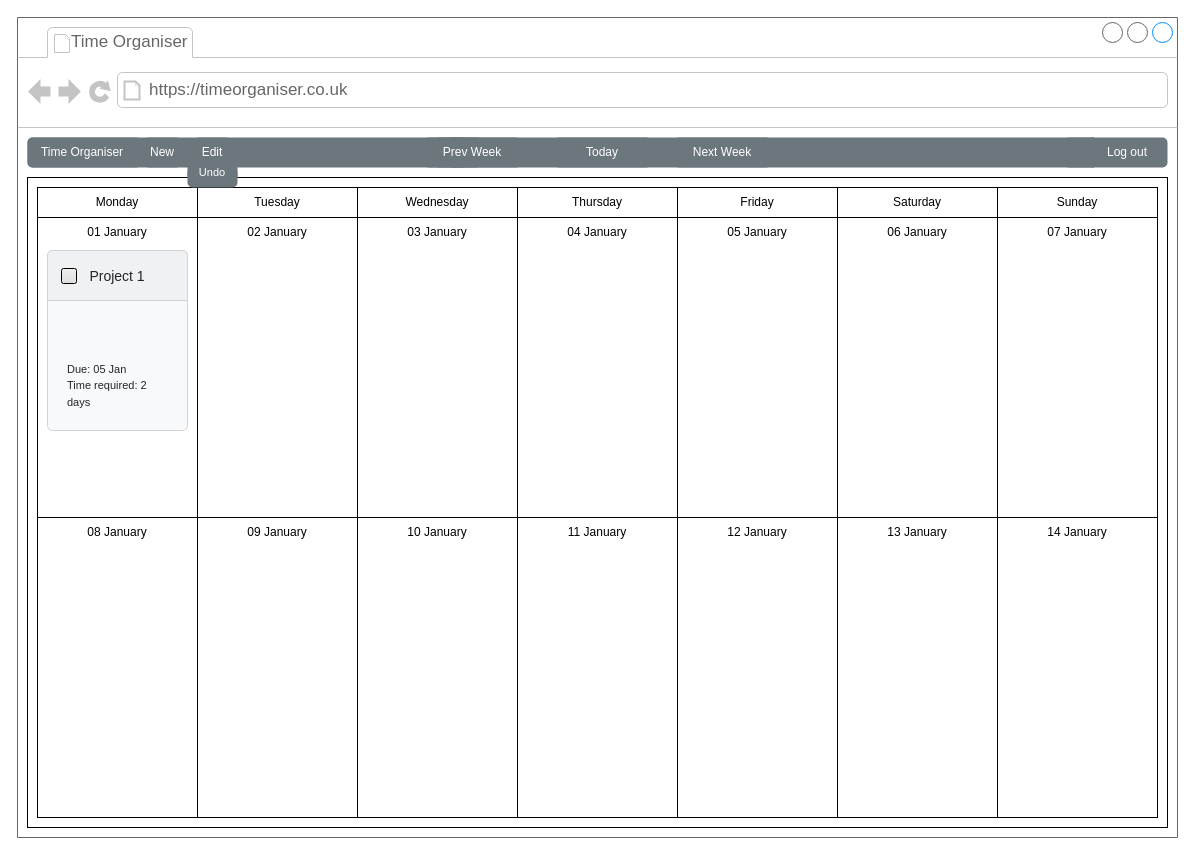
Above: page "Main" (1 of 3) of Wireframe.drawio in LukaWG/COMP1004 (draw.io), before the change. Source tidied: cells renumbered, new cells numbered last; positions are measured from the earlier drawing's top-left corner, leaving out a move shared by most shapes. Both pictures are drawn from the tidied source at 100%, with x=0, y=0 at pixel (17, 17).
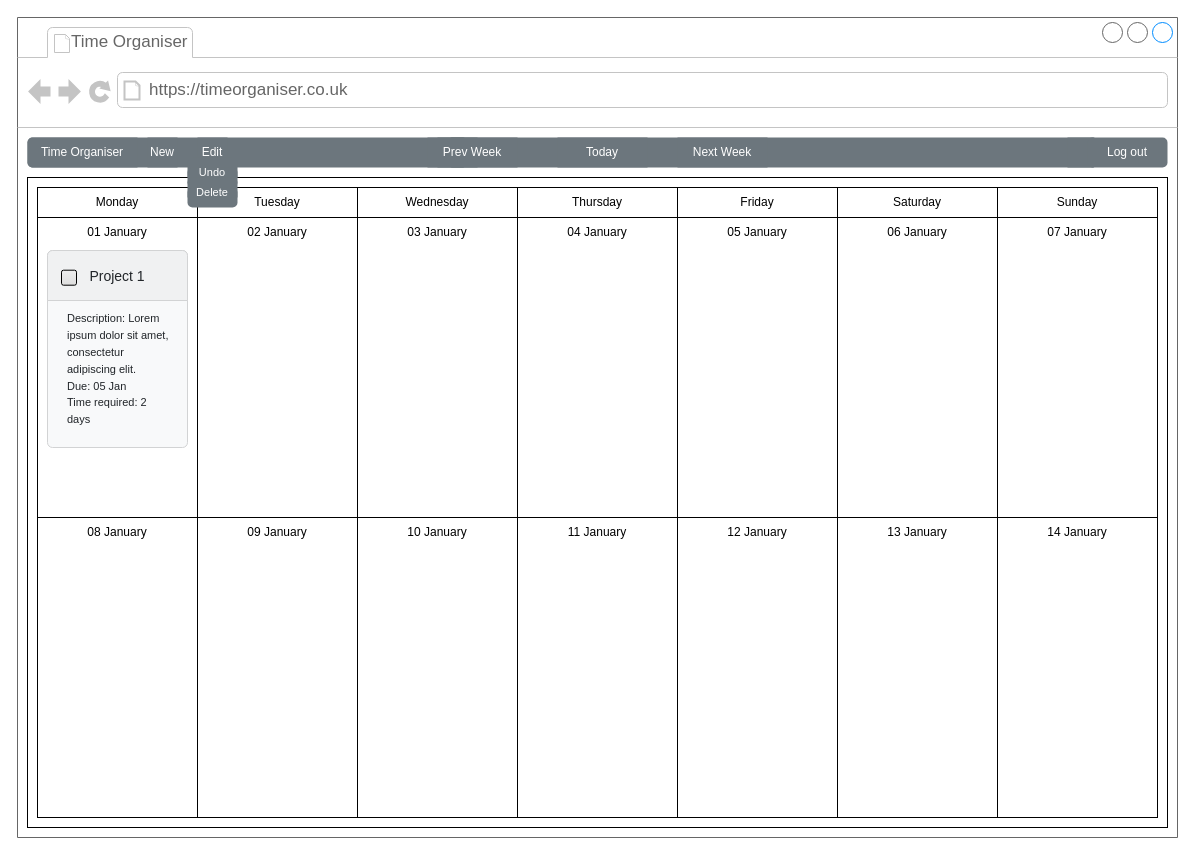
Above is the later version.

Unchanged cells that the change refers to:
```xml
<mxCell id="2" style="strokeWidth=1;shadow=0;dashed=0;align=center;html=1;shape=mxgraph.mockup.containers.browserWindow;rSize=0;strokeColor=#666666;strokeColor2=#008cff;strokeColor3=#c4c4c4;mainText=,;" parent="1" vertex="1">
  <mxGeometry width="1160" height="820" as="geometry" />
</mxCell>
```

The edit, as a diff of the source:
```diff
@@
-    <mxCell id="53" value="&lt;font style=&quot;font-size: 11px;&quot;&gt;Due: 05 Jan&lt;br&gt;Time required: 2 days&lt;/font&gt;" style="html=1;shadow=0;dashed=0;shape=mxgraph.bootstrap.rrect;rSize=5;strokeColor=#D2D3D4;html=1;whiteSpace=wrap;fillColor=#F8F9FA;fontColor=#212529;verticalAlign=bottom;align=left;spacing=20;spacingBottom=0;fontSize=14;" parent="2" vertex="1">
-      <mxGeometry x="30" y="233" width="140" height="180" as="geometry" />
+    <mxCell id="53" value="&lt;font style=&quot;font-size: 11px;&quot;&gt;Description:&amp;nbsp;Lorem ipsum dolor sit amet, consectetur adipiscing elit.&lt;br&gt;Due: 05 Jan&lt;br&gt;Time required: 2 days&lt;/font&gt;" style="html=1;shadow=0;dashed=0;shape=mxgraph.bootstrap.rrect;rSize=5;strokeColor=#D2D3D4;html=1;whiteSpace=wrap;fillColor=#F8F9FA;fontColor=#212529;verticalAlign=bottom;align=left;spacing=20;spacingBottom=0;fontSize=14;" parent="2" vertex="1">
+      <mxGeometry x="30" y="233" width="140" height="197" as="geometry" />
     </mxCell>
@@
     <mxCell id="55" style="html=1;shadow=0;dashed=0;shape=mxgraph.bootstrap.checkbox2;labelPosition=right;verticalLabelPosition=middle;align=left;verticalAlign=middle;gradientColor=#DEDEDE;fillColor=#EDEDED;checked=0;spacing=5;checkedFill=#0085FC;checkedStroke=#ffffff;sketch=0;fontSize=16;" parent="53" vertex="1">
-      <mxGeometry x="14" y="18" width="15" height="15" as="geometry" />
+      <mxGeometry x="14" y="19.7" width="15" height="15" as="geometry" />
     </mxCell>
@@
+    <mxCell id="58" style="html=1;shadow=0;dashed=0;shape=mxgraph.bootstrap.rrect;rSize=5;strokeColor=none;html=1;whiteSpace=wrap;fillColor=#6C767D;fontColor=#ffffff;sketch=0;" parent="2" vertex="1">
+      <mxGeometry x="170" y="160" width="50" height="30" as="geometry" />
+    </mxCell>
+    <mxCell id="59" value="&lt;font style=&quot;font-size: 11px;&quot; color=&quot;#ffffff&quot;&gt;Delete&lt;/font&gt;" style="strokeColor=inherit;fillColor=inherit;gradientColor=inherit;fontColor=inherit;html=1;shadow=0;dashed=0;shape=mxgraph.bootstrap.topButton;rSize=5;perimeter=none;whiteSpace=wrap;sketch=0;" parent="58" vertex="1">
+      <mxGeometry width="50" height="10" relative="1" as="geometry">
+        <mxPoint y="10" as="offset" />
+      </mxGeometry>
+    </mxCell>
```
